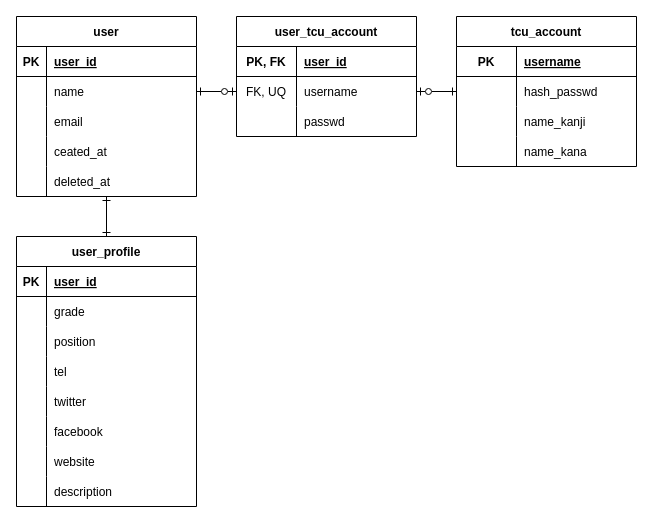
This is db/er_user.drawio from ta1fukawa/lab-portal, a draw.io file, before an edit. Source tidied: cells renumbered, new cells numbered last; positions are measured from the earlier drawing's top-left corner, leaving out a move shared by most shapes. Both pictures are drawn from the tidied source at 100%, with x=0, y=0 at pixel (16, 16).
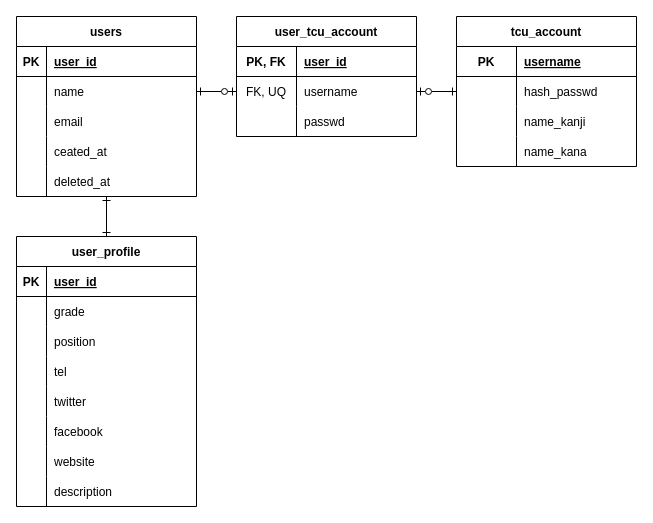
The same diagram, later.

What changed in the source:
```diff
@@
-    <mxCell id="3" value="user" style="shape=table;startSize=30;childLayout=tableLayout;rowLines=0;fontStyle=1;align=center;" parent="1" vertex="1">
+    <mxCell id="3" value="users" style="shape=table;startSize=30;childLayout=tableLayout;rowLines=0;fontStyle=1;align=center;" parent="1" vertex="1">
       <mxGeometry width="180" height="180" as="geometry" />
     </mxCell>
```
